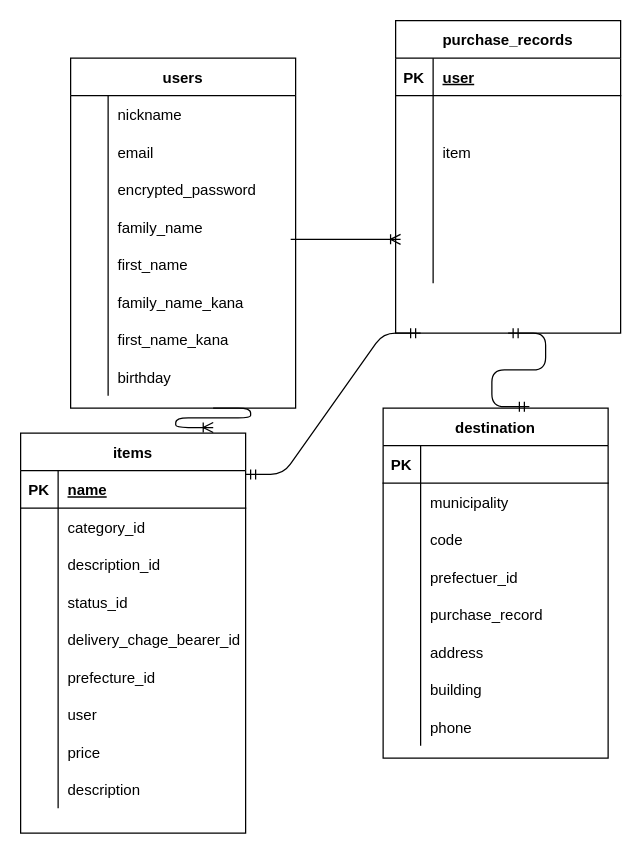
Earlier version of the draw.io diagram README.dio (akifumiyamane/furima-38392). Source tidied: cells renumbered, new cells numbered last; positions are measured from the earlier drawing's top-left corner, leaving out a move shared by most shapes. Both pictures are drawn from the tidied source at 125%, with x=0, y=0 at pixel (20, 20).
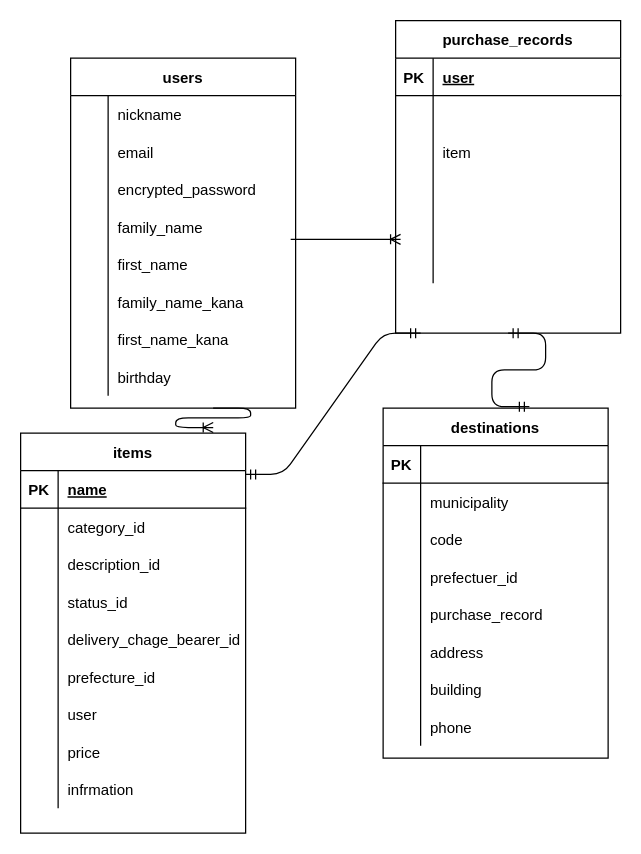
The same diagram, later.

The change refers to these unchanged cells:
```xml
<mxCell id="27" style="shape=partialRectangle;fillColor=none;top=0;left=0;bottom=0;right=0;" parent="2" vertex="1">
  <mxGeometry y="270" width="180" height="30" as="geometry" />
</mxCell>
```

Diff of the diagram source:
```diff
@@
-    <mxCell id="29" value="description" style="shape=partialRectangle;fillColor=none;top=0;left=0;bottom=0;right=0;align=left;spacingLeft=6;overflow=hidden;" parent="27" vertex="1">
+    <mxCell id="29" value="infrmation" style="shape=partialRectangle;fillColor=none;top=0;left=0;bottom=0;right=0;align=left;spacingLeft=6;overflow=hidden;" parent="27" vertex="1">
       <mxGeometry x="30" width="150" height="30" as="geometry" />
     </mxCell>
@@
-    <mxCell id="49" value="destination" style="shape=table;startSize=30;childLayout=tableLayout;rowLines=0;fontStyle=1;align=center;" parent="1" vertex="1">
+    <mxCell id="49" value="destinations" style="shape=table;startSize=30;childLayout=tableLayout;rowLines=0;fontStyle=1;align=center;" parent="1" vertex="1">
       <mxGeometry x="290" y="310" width="180" height="280" as="geometry" />
     </mxCell>
```
